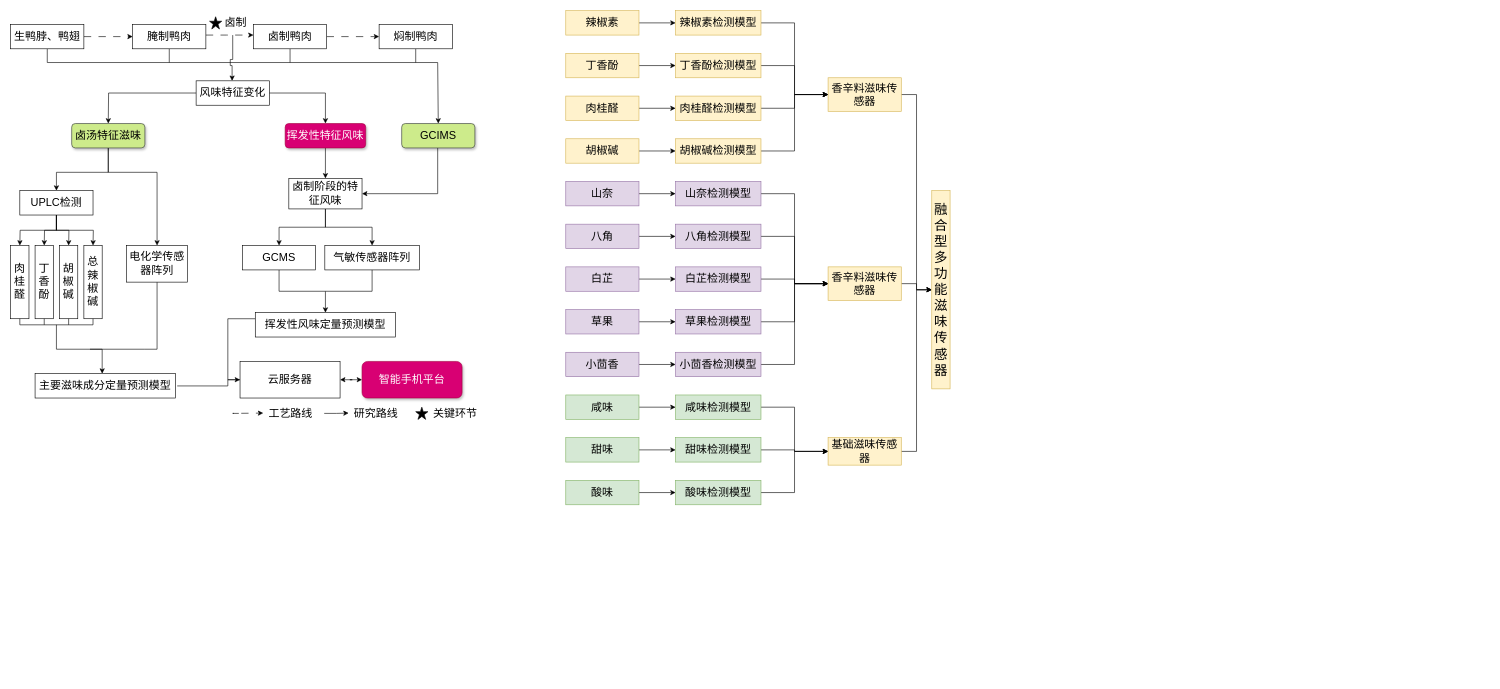
The draw.io diagram zhy.drawio in zheng-oh/dragrams, before the edit. Source tidied: cells renumbered, new cells numbered last; positions are measured from the earlier drawing's top-left corner, leaving out a move shared by most shapes. Both pictures are drawn from the tidied source at 61%, with x=0, y=0 at pixel (10, 10).
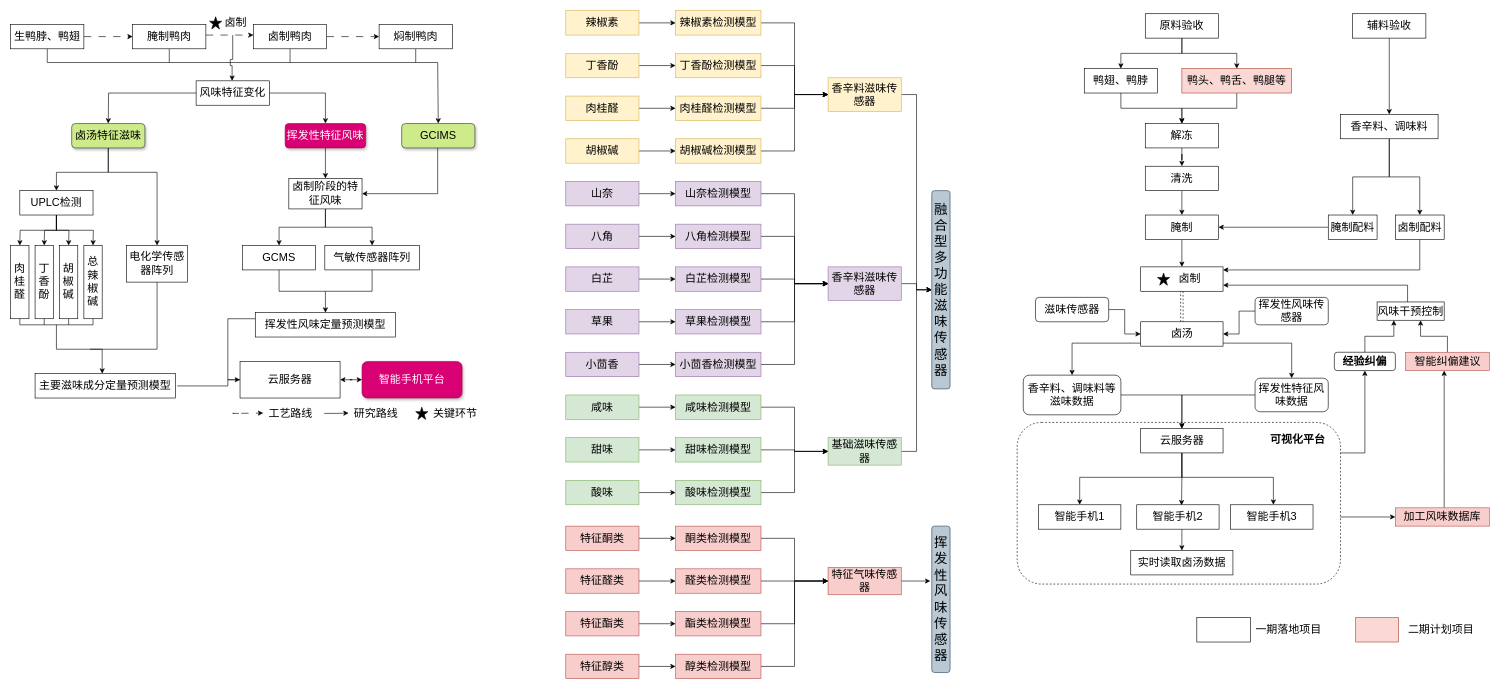
After the change.

What changed in the source:
```diff
@@
+    <mxCell id="123" style="rounded=1;whiteSpace=wrap;html=1;fillColor=none;strokeColor=#000000;strokeWidth=1;dashed=1;" parent="1" vertex="1">
+      <mxGeometry x="1650" y="675" width="530" height="265" as="geometry" />
+    </mxCell>
@@
-    <mxCell id="119" value="&lt;span style=&quot;font-size: 18px;&quot;&gt;香辛料滋味传感器&lt;/span&gt;" style="rounded=0;whiteSpace=wrap;html=1;fillColor=#fff2cc;strokeColor=#d6b656;" parent="1" vertex="1">
+    <mxCell id="119" value="&lt;span style=&quot;font-size: 18px;&quot;&gt;香辛料滋味传感器&lt;/span&gt;" style="rounded=0;whiteSpace=wrap;html=1;fillColor=#e1d5e7;strokeColor=#9673a6;" parent="1" vertex="1">
       <mxGeometry x="1340" y="420" width="120" height="55" as="geometry" />
     </mxCell>
@@
-    <mxCell id="121" value="&lt;span style=&quot;font-size: 18px;&quot;&gt;基础滋味传感器&lt;/span&gt;" style="rounded=0;whiteSpace=wrap;html=1;fillColor=#fff2cc;strokeColor=#d6b656;" parent="1" vertex="1">
+    <mxCell id="121" value="&lt;span style=&quot;font-size: 18px;&quot;&gt;基础滋味传感器&lt;/span&gt;" style="rounded=0;whiteSpace=wrap;html=1;fillColor=#d5e8d4;strokeColor=#82b366;" parent="1" vertex="1">
       <mxGeometry x="1340" y="700" width="120" height="45" as="geometry" />
     </mxCell>
-    <mxCell id="122" value="&lt;span style=&quot;font-size: 22px;&quot;&gt;融合型多功能滋味传感器&lt;/span&gt;" style="rounded=0;whiteSpace=wrap;html=1;fillColor=#fff2cc;strokeColor=#d6b656;fontSize=22;" parent="1" vertex="1">
+    <mxCell id="122" value="&lt;span style=&quot;font-size: 22px;&quot;&gt;融合型多功能滋味传感器&lt;/span&gt;" style="rounded=1;whiteSpace=wrap;html=1;fillColor=#bac8d3;strokeColor=#23445d;fontSize=22;" parent="1" vertex="1">
       <mxGeometry x="1510" y="295" width="30" height="325" as="geometry" />
     </mxCell>
+    <mxCell id="124" style="edgeStyle=orthogonalEdgeStyle;rounded=0;jettySize=auto;html=1;entryX=0;entryY=0.5;entryDx=0;entryDy=0;" parent="1" edge="1" source="125" target="131">
+      <mxGeometry relative="1" as="geometry" />
+    </mxCell>
+    <mxCell id="125" value="&lt;span style=&quot;font-size: 18px;&quot;&gt;特征酮类&lt;/span&gt;" style="rounded=0;whiteSpace=wrap;html=1;fillColor=#f8cecc;strokeColor=#b85450;" parent="1" vertex="1">
+      <mxGeometry x="910" y="845" width="120" height="40" as="geometry" />
+    </mxCell>
+    <mxCell id="126" style="edgeStyle=orthogonalEdgeStyle;rounded=0;jettySize=auto;html=1;entryX=0;entryY=0.5;entryDx=0;entryDy=0;" parent="1" edge="1" source="127" target="133">
+      <mxGeometry relative="1" as="geometry" />
+    </mxCell>
+    <mxCell id="127" value="&lt;span style=&quot;font-size: 18px;&quot;&gt;特征醛类&lt;/span&gt;" style="rounded=0;whiteSpace=wrap;html=1;fillColor=#f8cecc;strokeColor=#b85450;" parent="1" vertex="1">
+      <mxGeometry x="910" y="915" width="120" height="40" as="geometry" />
+    </mxCell>
+    <mxCell id="128" style="edgeStyle=orthogonalEdgeStyle;rounded=0;jettySize=auto;html=1;" parent="1" edge="1" source="129" target="135">
+      <mxGeometry relative="1" as="geometry" />
+    </mxCell>
+    <mxCell id="129" value="&lt;span style=&quot;font-size: 18px;&quot;&gt;特征酯类&lt;/span&gt;" style="rounded=0;whiteSpace=wrap;html=1;fillColor=#f8cecc;strokeColor=#b85450;" parent="1" vertex="1">
+      <mxGeometry x="910" y="985" width="120" height="40" as="geometry" />
+    </mxCell>
+    <mxCell id="130" style="edgeStyle=orthogonalEdgeStyle;rounded=0;jettySize=auto;html=1;entryX=0;entryY=0.5;entryDx=0;entryDy=0;" parent="1" edge="1" source="131" target="137">
+      <mxGeometry relative="1" as="geometry" />
+    </mxCell>
+    <mxCell id="131" value="&lt;span style=&quot;font-size: 18px;&quot;&gt;酮类检测模型&lt;/span&gt;" style="rounded=0;whiteSpace=wrap;html=1;fillColor=#f8cecc;strokeColor=#b85450;" parent="1" vertex="1">
+      <mxGeometry x="1090" y="845" width="140" height="40" as="geometry" />
+    </mxCell>
+    <mxCell id="132" style="edgeStyle=orthogonalEdgeStyle;rounded=0;jettySize=auto;html=1;entryX=0;entryY=0.5;entryDx=0;entryDy=0;" parent="1" edge="1" source="133" target="137">
+      <mxGeometry relative="1" as="geometry" />
+    </mxCell>
+    <mxCell id="133" value="&lt;span style=&quot;font-size: 18px;&quot;&gt;醛类检测模型&lt;/span&gt;" style="rounded=0;whiteSpace=wrap;html=1;fillColor=#f8cecc;strokeColor=#b85450;" parent="1" vertex="1">
+      <mxGeometry x="1090" y="915" width="140" height="40" as="geometry" />
+    </mxCell>
+    <mxCell id="134" style="edgeStyle=orthogonalEdgeStyle;rounded=0;jettySize=auto;html=1;entryX=0;entryY=0.5;entryDx=0;entryDy=0;" parent="1" edge="1" source="135" target="137">
+      <mxGeometry relative="1" as="geometry" />
+    </mxCell>
+    <mxCell id="135" value="&lt;span style=&quot;font-size: 18px;&quot;&gt;酯类检测模型&lt;/span&gt;" style="rounded=0;whiteSpace=wrap;html=1;fillColor=#f8cecc;strokeColor=#b85450;" parent="1" vertex="1">
+      <mxGeometry x="1090" y="985" width="140" height="40" as="geometry" />
+    </mxCell>
+    <mxCell id="136" style="edgeStyle=orthogonalEdgeStyle;rounded=0;jettySize=auto;html=1;entryX=-0.078;entryY=0.375;entryDx=0;entryDy=0;entryPerimeter=0;" parent="1" edge="1" source="137" target="142">
+      <mxGeometry relative="1" as="geometry" />
+    </mxCell>
+    <mxCell id="137" value="&lt;span style=&quot;font-size: 18px;&quot;&gt;特征气味传感器&lt;/span&gt;" style="rounded=0;whiteSpace=wrap;html=1;fillColor=#f8cecc;strokeColor=#b85450;" parent="1" vertex="1">
+      <mxGeometry x="1340" y="912.5" width="120" height="45" as="geometry" />
+    </mxCell>
+    <mxCell id="138" style="edgeStyle=orthogonalEdgeStyle;rounded=0;jettySize=auto;html=1;" parent="1" edge="1" source="139" target="141">
+      <mxGeometry relative="1" as="geometry" />
+    </mxCell>
+    <mxCell id="139" value="&lt;span style=&quot;font-size: 18px;&quot;&gt;特征醇类&lt;/span&gt;" style="rounded=0;whiteSpace=wrap;html=1;fillColor=#f8cecc;strokeColor=#b85450;" parent="1" vertex="1">
+      <mxGeometry x="910" y="1055" width="120" height="40" as="geometry" />
+    </mxCell>
+    <mxCell id="140" style="edgeStyle=orthogonalEdgeStyle;rounded=0;jettySize=auto;html=1;entryX=0;entryY=0.5;entryDx=0;entryDy=0;" parent="1" edge="1" source="141" target="137">
+      <mxGeometry relative="1" as="geometry" />
+    </mxCell>
+    <mxCell id="141" value="&lt;span style=&quot;font-size: 18px;&quot;&gt;醇类检测模型&lt;/span&gt;" style="rounded=0;whiteSpace=wrap;html=1;fillColor=#f8cecc;strokeColor=#b85450;" parent="1" vertex="1">
+      <mxGeometry x="1090" y="1055" width="140" height="40" as="geometry" />
+    </mxCell>
+    <mxCell id="142" value="&lt;span style=&quot;font-size: 22px;&quot;&gt;挥发性风味传感器&lt;/span&gt;" style="rounded=1;whiteSpace=wrap;html=1;fillColor=#bac8d3;strokeColor=#23445d;fontSize=22;" parent="1" vertex="1">
+      <mxGeometry x="1510" y="845" width="30" height="240" as="geometry" />
+    </mxCell>
+    <mxCell id="143" style="edgeStyle=orthogonalEdgeStyle;rounded=0;jettySize=auto;html=1;entryX=0.5;entryY=0;entryDx=0;entryDy=0;" parent="1" edge="1" source="145" target="149">
+      <mxGeometry relative="1" as="geometry" />
+    </mxCell>
+    <mxCell id="144" style="edgeStyle=orthogonalEdgeStyle;rounded=0;jettySize=auto;html=1;" parent="1" edge="1" source="145" target="151">
+      <mxGeometry relative="1" as="geometry" />
+    </mxCell>
+    <mxCell id="145" value="&lt;font style=&quot;font-size: 18px;&quot;&gt;原料验收&lt;/font&gt;" style="rounded=0;whiteSpace=wrap;html=1;" parent="1" vertex="1">
+      <mxGeometry x="1860" y="5" width="120" height="40" as="geometry" />
+    </mxCell>
+    <mxCell id="146" style="edgeStyle=orthogonalEdgeStyle;rounded=0;jettySize=auto;html=1;entryX=0.5;entryY=0;entryDx=0;entryDy=0;" parent="1" edge="1" source="147" target="160">
+      <mxGeometry relative="1" as="geometry" />
+    </mxCell>
+    <mxCell id="147" value="&lt;font style=&quot;font-size: 18px;&quot;&gt;辅料验收&lt;/font&gt;" style="whiteSpace=wrap;html=1;rounded=0;" parent="1" vertex="1">
+      <mxGeometry x="2200" y="5" width="120" height="40" as="geometry" />
+    </mxCell>
+    <mxCell id="148" style="edgeStyle=orthogonalEdgeStyle;rounded=0;jettySize=auto;html=1;" parent="1" edge="1" source="149" target="153">
+      <mxGeometry relative="1" as="geometry" />
+    </mxCell>
+    <mxCell id="149" value="&lt;font style=&quot;font-size: 18px;&quot;&gt;鸭翅、鸭脖&lt;/font&gt;" style="rounded=0;whiteSpace=wrap;html=1;" parent="1" vertex="1">
+      <mxGeometry x="1760" y="95" width="120" height="40" as="geometry" />
+    </mxCell>
+    <mxCell id="150" style="edgeStyle=orthogonalEdgeStyle;rounded=0;jettySize=auto;html=1;entryX=0.5;entryY=0;entryDx=0;entryDy=0;" parent="1" edge="1" source="151" target="153">
+      <mxGeometry relative="1" as="geometry" />
+    </mxCell>
+    <mxCell id="151" value="&lt;font style=&quot;font-size: 18px;&quot;&gt;鸭头、鸭舌、鸭腿等&lt;/font&gt;" style="rounded=0;whiteSpace=wrap;html=1;fillColor=#fad9d5;strokeColor=#ae4132;" parent="1" vertex="1">
+      <mxGeometry x="1920" y="95" width="180" height="40" as="geometry" />
+    </mxCell>
+    <mxCell id="152" style="edgeStyle=orthogonalEdgeStyle;rounded=0;jettySize=auto;html=1;entryX=0.5;entryY=0;entryDx=0;entryDy=0;" parent="1" edge="1" source="153" target="155">
+      <mxGeometry relative="1" as="geometry" />
+    </mxCell>
+    <mxCell id="153" value="&lt;font style=&quot;font-size: 18px;&quot;&gt;解冻&lt;/font&gt;" style="rounded=0;whiteSpace=wrap;html=1;" parent="1" vertex="1">
+      <mxGeometry x="1860" y="185" width="120" height="40" as="geometry" />
+    </mxCell>
+    <mxCell id="154" style="edgeStyle=orthogonalEdgeStyle;rounded=0;jettySize=auto;html=1;entryX=0.5;entryY=0;entryDx=0;entryDy=0;" parent="1" edge="1" source="155" target="157">
+      <mxGeometry relative="1" as="geometry" />
+    </mxCell>
+    <mxCell id="155" value="&lt;span style=&quot;font-size: 18px;&quot;&gt;清洗&lt;/span&gt;" style="rounded=0;whiteSpace=wrap;html=1;" parent="1" vertex="1">
+      <mxGeometry x="1860" y="255" width="120" height="40" as="geometry" />
+    </mxCell>
+    <mxCell id="156" style="edgeStyle=orthogonalEdgeStyle;rounded=0;jettySize=auto;html=1;" parent="1" edge="1" source="157" target="164">
+      <mxGeometry relative="1" as="geometry">
+        <Array as="points">
+          <mxPoint x="1920" y="435" />
+          <mxPoint x="1920" y="435" />
+        </Array>
+      </mxGeometry>
+    </mxCell>
+    <mxCell id="157" value="&lt;span style=&quot;font-size: 18px;&quot;&gt;腌制&lt;/span&gt;" style="rounded=0;whiteSpace=wrap;html=1;" parent="1" vertex="1">
+      <mxGeometry x="1860" y="335" width="120" height="40" as="geometry" />
+    </mxCell>
+    <mxCell id="158" style="edgeStyle=orthogonalEdgeStyle;rounded=0;jettySize=auto;html=1;" parent="1" edge="1" source="160" target="162">
+      <mxGeometry relative="1" as="geometry" />
+    </mxCell>
+    <mxCell id="159" style="edgeStyle=orthogonalEdgeStyle;rounded=0;jettySize=auto;html=1;entryX=0.5;entryY=0;entryDx=0;entryDy=0;" parent="1" edge="1" source="160" target="166">
+      <mxGeometry relative="1" as="geometry" />
+    </mxCell>
+    <mxCell id="160" value="&lt;span style=&quot;font-size: 18px;&quot;&gt;香辛料、调味料&lt;/span&gt;" style="rounded=0;whiteSpace=wrap;html=1;" parent="1" vertex="1">
+      <mxGeometry x="2180" y="170" width="160" height="40" as="geometry" />
+    </mxCell>
+    <mxCell id="161" style="edgeStyle=orthogonalEdgeStyle;rounded=0;jettySize=auto;html=1;entryX=1;entryY=0.5;entryDx=0;entryDy=0;" parent="1" edge="1" source="162" target="157">
+      <mxGeometry relative="1" as="geometry" />
+    </mxCell>
+    <mxCell id="162" value="&lt;span style=&quot;font-size: 18px;&quot;&gt;腌制配料&lt;/span&gt;" style="rounded=0;whiteSpace=wrap;html=1;" parent="1" vertex="1">
+      <mxGeometry x="2160" y="335" width="80" height="40" as="geometry" />
+    </mxCell>
+    <mxCell id="163" style="edgeStyle=orthogonalEdgeStyle;rounded=0;jettySize=auto;html=1;endArrow=none;endFill=0;dashed=1;entryX=0.5;entryY=0;entryDx=0;entryDy=0;shape=link;" parent="1" edge="1" source="164" target="170">
+      <mxGeometry relative="1" as="geometry" />
+    </mxCell>
+    <mxCell id="164" value="&lt;span style=&quot;font-size: 18px;&quot;&gt;&amp;nbsp; &amp;nbsp; &amp;nbsp;卤制&lt;/span&gt;" style="rounded=0;whiteSpace=wrap;html=1;" parent="1" vertex="1">
+      <mxGeometry x="1852.5" y="420" width="135" height="40" as="geometry" />
+    </mxCell>
+    <mxCell id="165" style="edgeStyle=orthogonalEdgeStyle;rounded=0;jettySize=auto;html=1;" parent="1" edge="1" source="166" target="164">
+      <mxGeometry relative="1" as="geometry">
+        <Array as="points">
+          <mxPoint x="2310" y="425" />
+        </Array>
+      </mxGeometry>
+    </mxCell>
+    <mxCell id="166" value="&lt;span style=&quot;font-size: 18px;&quot;&gt;卤制配料&lt;/span&gt;" style="rounded=0;whiteSpace=wrap;html=1;" parent="1" vertex="1">
+      <mxGeometry x="2270" y="335" width="80" height="40" as="geometry" />
+    </mxCell>
+    <mxCell id="167" style="verticalLabelPosition=bottom;verticalAlign=top;html=1;shape=mxgraph.basic.star;fillColor=#000000;" parent="1" vertex="1">
+      <mxGeometry x="1880" y="430" width="20" height="20" as="geometry" />
+    </mxCell>
+    <mxCell id="168" style="edgeStyle=orthogonalEdgeStyle;rounded=0;jettySize=auto;html=1;" parent="1" edge="1" source="170" target="176">
+      <mxGeometry relative="1" as="geometry">
+        <Array as="points">
+          <mxPoint x="1740" y="545" />
+        </Array>
+      </mxGeometry>
+    </mxCell>
+    <mxCell id="169" style="edgeStyle=orthogonalEdgeStyle;rounded=0;jettySize=auto;html=1;" parent="1" edge="1" source="170" target="178">
+      <mxGeometry relative="1" as="geometry">
+        <Array as="points">
+          <mxPoint x="2100" y="545" />
+        </Array>
+      </mxGeometry>
+    </mxCell>
+    <mxCell id="170" value="&lt;span style=&quot;font-size: 18px;&quot;&gt;卤汤&lt;/span&gt;" style="rounded=0;whiteSpace=wrap;html=1;" parent="1" vertex="1">
+      <mxGeometry x="1852.5" y="510" width="135" height="40" as="geometry" />
+    </mxCell>
+    <mxCell id="171" style="edgeStyle=orthogonalEdgeStyle;rounded=0;jettySize=auto;html=1;entryX=0;entryY=0.5;entryDx=0;entryDy=0;" parent="1" edge="1" source="172" target="170">
+      <mxGeometry relative="1" as="geometry" />
+    </mxCell>
+    <mxCell id="172" value="&lt;span style=&quot;font-size: 18px;&quot;&gt;滋味传感器&lt;/span&gt;" style="rounded=1;whiteSpace=wrap;html=1;" parent="1" vertex="1">
+      <mxGeometry x="1680" y="470" width="120" height="40" as="geometry" />
+    </mxCell>
+    <mxCell id="173" style="edgeStyle=orthogonalEdgeStyle;rounded=0;jettySize=auto;html=1;entryX=1;entryY=0.5;entryDx=0;entryDy=0;" parent="1" edge="1" source="174" target="170">
+      <mxGeometry relative="1" as="geometry" />
+    </mxCell>
+    <mxCell id="174" value="&lt;span style=&quot;font-size: 18px;&quot;&gt;挥发性风味传感器&lt;/span&gt;" style="rounded=1;whiteSpace=wrap;html=1;" parent="1" vertex="1">
+      <mxGeometry x="2040" y="470" width="120" height="45" as="geometry" />
+    </mxCell>
+    <mxCell id="175" style="edgeStyle=orthogonalEdgeStyle;rounded=0;jettySize=auto;html=1;" parent="1" edge="1" source="176" target="182">
+      <mxGeometry relative="1" as="geometry" />
+    </mxCell>
+    <mxCell id="176" value="&lt;span style=&quot;font-size: 18px;&quot;&gt;香辛料、调味料等滋味数据&lt;/span&gt;" style="rounded=1;whiteSpace=wrap;html=1;" parent="1" vertex="1">
+      <mxGeometry x="1660" y="597.5" width="160" height="65" as="geometry" />
+    </mxCell>
+    <mxCell id="177" style="edgeStyle=orthogonalEdgeStyle;rounded=0;jettySize=auto;html=1;" parent="1" edge="1" source="178" target="182">
+      <mxGeometry relative="1" as="geometry" />
+    </mxCell>
+    <mxCell id="178" value="&lt;span style=&quot;font-size: 18px;&quot;&gt;挥发性特征风味数据&lt;/span&gt;" style="rounded=1;whiteSpace=wrap;html=1;" parent="1" vertex="1">
+      <mxGeometry x="2040" y="602.5" width="120" height="55" as="geometry" />
+    </mxCell>
+    <mxCell id="179" style="edgeStyle=orthogonalEdgeStyle;rounded=0;jettySize=auto;html=1;entryX=0.544;entryY=0.022;entryDx=0;entryDy=0;entryPerimeter=0;" parent="1" edge="1" source="182" target="185">
+      <mxGeometry relative="1" as="geometry" />
+    </mxCell>
+    <mxCell id="180" style="edgeStyle=orthogonalEdgeStyle;rounded=0;jettySize=auto;html=1;" parent="1" edge="1" source="182" target="186">
+      <mxGeometry relative="1" as="geometry">
+        <Array as="points">
+          <mxPoint x="1920" y="765" />
+          <mxPoint x="2070" y="765" />
+        </Array>
+      </mxGeometry>
+    </mxCell>
+    <mxCell id="181" style="edgeStyle=orthogonalEdgeStyle;rounded=0;jettySize=auto;html=1;entryX=0.5;entryY=0;entryDx=0;entryDy=0;" parent="1" edge="1" source="182" target="183">
+      <mxGeometry relative="1" as="geometry">
+        <Array as="points">
+          <mxPoint x="1920" y="765" />
+          <mxPoint x="1752" y="765" />
+        </Array>
+      </mxGeometry>
+    </mxCell>
+    <mxCell id="182" value="&lt;span style=&quot;font-size: 18px;&quot;&gt;云服务器&lt;/span&gt;" style="rounded=0;whiteSpace=wrap;html=1;" parent="1" vertex="1">
+      <mxGeometry x="1852.5" y="685" width="135" height="40" as="geometry" />
+    </mxCell>
+    <mxCell id="183" value="&lt;span style=&quot;font-size: 18px;&quot;&gt;智能手机1&lt;/span&gt;" style="rounded=0;whiteSpace=wrap;html=1;" parent="1" vertex="1">
+      <mxGeometry x="1685" y="810" width="135" height="40" as="geometry" />
+    </mxCell>
+    <mxCell id="184" style="edgeStyle=orthogonalEdgeStyle;rounded=0;jettySize=auto;html=1;" parent="1" edge="1" source="185" target="190">
+      <mxGeometry relative="1" as="geometry">
+        <Array as="points">
+          <mxPoint x="1920" y="865" />
+          <mxPoint x="1920" y="865" />
+        </Array>
+      </mxGeometry>
+    </mxCell>
+    <mxCell id="185" value="&lt;span style=&quot;font-size: 18px;&quot;&gt;智能手机2&lt;/span&gt;" style="rounded=0;whiteSpace=wrap;html=1;" parent="1" vertex="1">
+      <mxGeometry x="1846" y="810" width="135" height="40" as="geometry" />
+    </mxCell>
+    <mxCell id="186" value="&lt;span style=&quot;font-size: 18px;&quot;&gt;智能手机3&lt;/span&gt;" style="rounded=0;whiteSpace=wrap;html=1;" parent="1" vertex="1">
+      <mxGeometry x="2000" y="810" width="135" height="40" as="geometry" />
+    </mxCell>
+    <mxCell id="187" style="edgeStyle=orthogonalEdgeStyle;rounded=0;jettySize=auto;html=1;" parent="1" edge="1" source="123" target="194">
+      <mxGeometry relative="1" as="geometry">
+        <Array as="points">
+          <mxPoint x="2190" y="830" />
+          <mxPoint x="2190" y="830" />
+        </Array>
+      </mxGeometry>
+    </mxCell>
+    <mxCell id="188" style="edgeStyle=orthogonalEdgeStyle;rounded=0;jettySize=auto;html=1;entryX=0.5;entryY=1;entryDx=0;entryDy=0;" parent="1" edge="1" source="123" target="192">
+      <mxGeometry relative="1" as="geometry">
+        <Array as="points">
+          <mxPoint x="2220" y="725" />
+        </Array>
+      </mxGeometry>
+    </mxCell>
+    <mxCell id="189" value="&lt;span style=&quot;font-size: 18px;&quot;&gt;&lt;b style=&quot;&quot;&gt;可视化平台&lt;/b&gt;&lt;/span&gt;" style="rounded=1;whiteSpace=wrap;html=1;fillColor=none;strokeColor=none;" parent="1" vertex="1">
+      <mxGeometry x="2050" y="675" width="120" height="55" as="geometry" />
+    </mxCell>
+    <mxCell id="190" value="&lt;span style=&quot;font-size: 18px;&quot;&gt;实时读取卤汤数据&lt;/span&gt;" style="rounded=0;whiteSpace=wrap;html=1;" parent="1" vertex="1">
+      <mxGeometry x="1836.2" y="885" width="167.5" height="40" as="geometry" />
+    </mxCell>
+    <mxCell id="191" style="edgeStyle=orthogonalEdgeStyle;rounded=0;jettySize=auto;html=1;entryX=0.25;entryY=1;entryDx=0;entryDy=0;" parent="1" edge="1" source="192" target="198">
+      <mxGeometry relative="1" as="geometry" />
+    </mxCell>
+    <mxCell id="192" value="&lt;span&gt;&lt;font style=&quot;font-size: 18px;&quot;&gt;经验纠偏&lt;/font&gt;&lt;/span&gt;" style="text;align=center;html=1;verticalAlign=middle;whiteSpace=wrap;rounded=1;strokeColor=default;fontStyle=1;" parent="1" vertex="1">
+      <mxGeometry x="2170" y="560" width="100" height="30" as="geometry" />
+    </mxCell>
+    <mxCell id="193" style="edgeStyle=orthogonalEdgeStyle;rounded=0;jettySize=auto;html=1;" parent="1" edge="1" source="194" target="196">
+      <mxGeometry relative="1" as="geometry">
+        <Array as="points">
+          <mxPoint x="2350" y="755" />
+          <mxPoint x="2350" y="755" />
+        </Array>
+      </mxGeometry>
+    </mxCell>
+    <mxCell id="194" value="&lt;font style=&quot;font-size: 18px;&quot;&gt;加工风味数据库&lt;/font&gt;" style="rounded=0;whiteSpace=wrap;html=1;fillColor=#f8cecc;strokeColor=#b85450;" parent="1" vertex="1">
+      <mxGeometry x="2270" y="815" width="154" height="30" as="geometry" />
+    </mxCell>
+    <mxCell id="195" style="edgeStyle=orthogonalEdgeStyle;rounded=0;jettySize=auto;html=1;entryX=0.648;entryY=1.001;entryDx=0;entryDy=0;entryPerimeter=0;" parent="1" edge="1" source="196" target="198">
+      <mxGeometry relative="1" as="geometry" />
+    </mxCell>
+    <mxCell id="196" value="&lt;font style=&quot;font-size: 18px;&quot;&gt;智能纠偏建议&lt;/font&gt;" style="text;align=center;html=1;verticalAlign=middle;whiteSpace=wrap;rounded=0;strokeColor=#b85450;fillColor=#f8cecc;" parent="1" vertex="1">
+      <mxGeometry x="2286.5" y="560" width="137.5" height="30" as="geometry" />
+    </mxCell>
+    <mxCell id="197" style="edgeStyle=orthogonalEdgeStyle;rounded=0;jettySize=auto;html=1;entryX=1;entryY=0.75;entryDx=0;entryDy=0;" parent="1" edge="1" source="198" target="164">
+      <mxGeometry relative="1" as="geometry">
+        <Array as="points">
+          <mxPoint x="2290" y="450" />
+        </Array>
+      </mxGeometry>
+    </mxCell>
+    <mxCell id="198" value="&lt;font style=&quot;font-size: 18px;&quot;&gt;风味干预控制&lt;/font&gt;" style="text;align=center;html=1;verticalAlign=middle;whiteSpace=wrap;rounded=0;strokeColor=default;" parent="1" vertex="1">
+      <mxGeometry x="2240" y="477.5" width="110" height="30" as="geometry" />
+    </mxCell>
+    <mxCell id="199" style="rounded=0;whiteSpace=wrap;html=1;fillColor=#fad9d5;strokeColor=#ae4132;" parent="1" vertex="1">
+      <mxGeometry x="2205" y="995" width="70" height="40" as="geometry" />
+    </mxCell>
+    <mxCell id="200" value="&lt;font style=&quot;font-size: 18px;&quot;&gt;二期计划项目&lt;/font&gt;" style="text;strokeColor=none;align=center;fillColor=none;html=1;verticalAlign=middle;whiteSpace=wrap;rounded=0;" parent="1" vertex="1">
+      <mxGeometry x="2290" y="1000" width="110" height="30" as="geometry" />
+    </mxCell>
+    <mxCell id="201" style="rounded=0;whiteSpace=wrap;html=1;" parent="1" vertex="1">
+      <mxGeometry x="1944.5" y="995" width="88" height="40" as="geometry" />
+    </mxCell>
+    <mxCell id="202" value="&lt;span style=&quot;font-size: 18px;&quot;&gt;一期落地项目&lt;/span&gt;" style="text;strokeColor=none;align=center;fillColor=none;html=1;verticalAlign=middle;whiteSpace=wrap;rounded=0;" parent="1" vertex="1">
+      <mxGeometry x="2040" y="1000" width="110" height="30" as="geometry" />
+    </mxCell>
```
